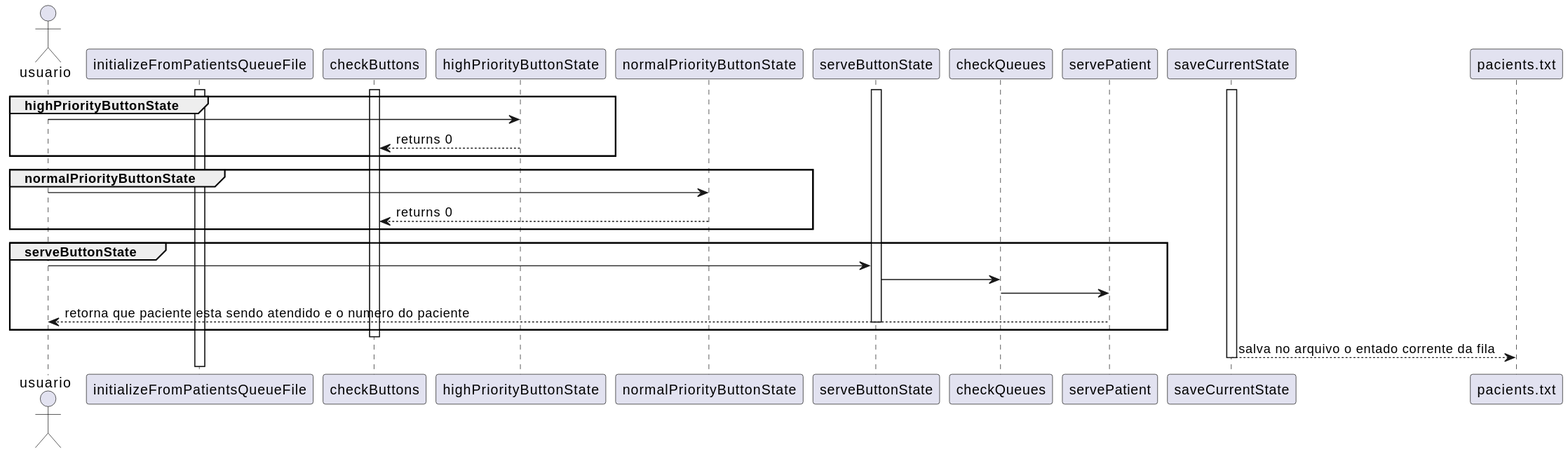
This is Diagramas/sequencia.svg from fabifseghetto/projeto_GB_embarcados, a PlantUML export, as it was before one commit.
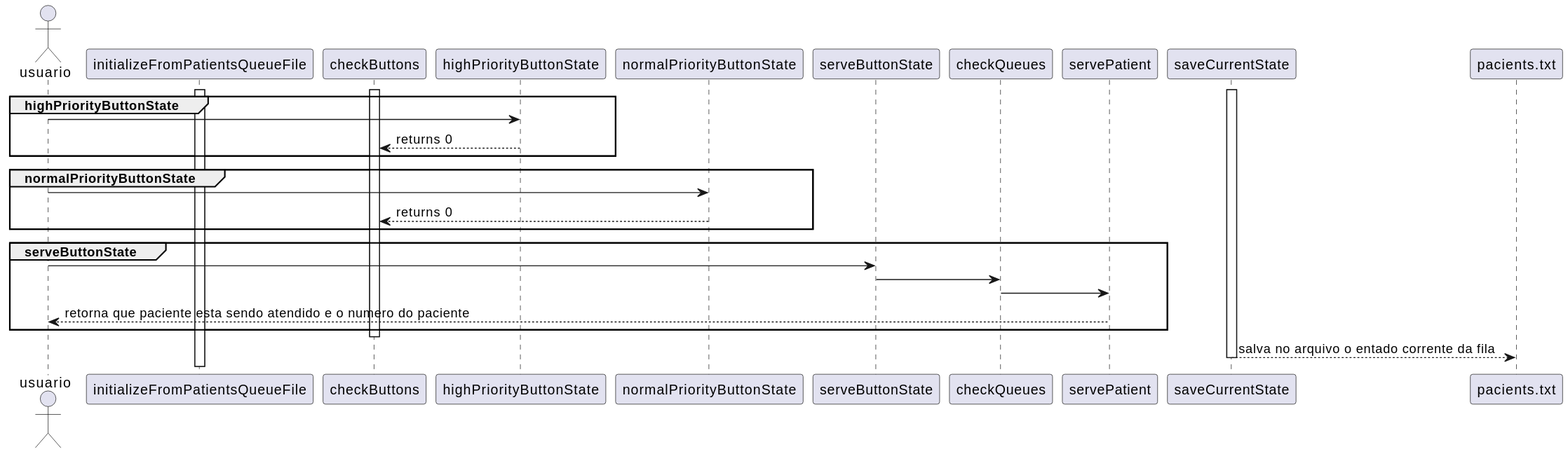
The same diagram one commit later.

Change to the diagram source:
```diff
@@ -18,12 +18,10 @@
     end
 
     group serveButtonState
-        activate serveButtonState
             usuario -> serveButtonState
             serveButtonState -> checkQueues
             checkQueues -> servePatient
             servePatient --> usuario : retorna que paciente esta sendo atendido e o numero do paciente
-        deactivate serveButtonState
     end
 deactivate checkButtons
 
```
